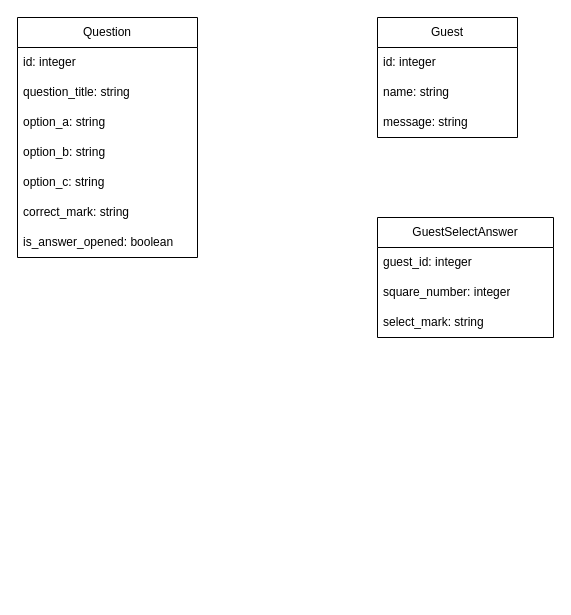
The draw.io diagram page "ページ1のコピー" (2 of 3) of BingoQuiz.drawio in tomoya092013/BingoQuiz, before the edit. Source tidied: cells renumbered, new cells numbered last; positions are measured from the earlier drawing's top-left corner, leaving out a move shared by most shapes. Both pictures are drawn from the tidied source at 100%, with x=0, y=0 at pixel (17, 17).
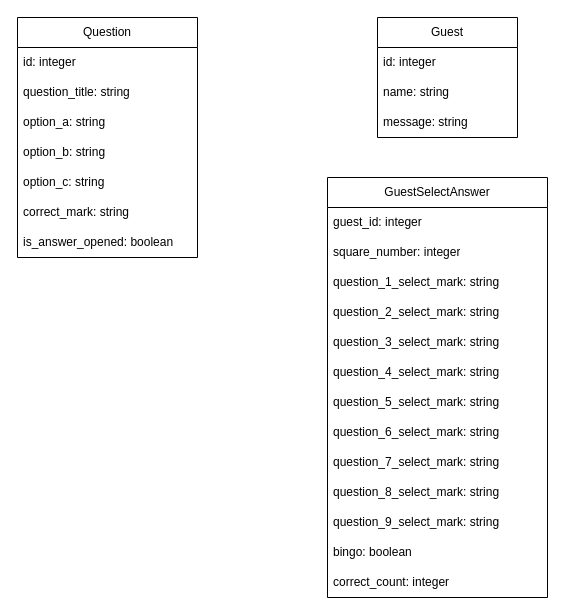
After the change.

What changed in the source:
```diff
@@
     <mxCell id="14" value="GuestSelectAnswer" style="swimlane;fontStyle=0;horizontal=1;startSize=30;whiteSpace=wrap;html=1;" parent="1" vertex="1">
-      <mxGeometry x="360" y="200" width="176" height="120" as="geometry" />
+      <mxGeometry x="310" y="160" width="220" height="420" as="geometry" />
     </mxCell>
     <mxCell id="15" value="guest_id: integer" style="text;strokeColor=none;fillColor=none;align=left;verticalAlign=middle;spacingLeft=4;spacingRight=4;overflow=hidden;whiteSpace=wrap;html=1;" parent="14" vertex="1">
-      <mxGeometry y="30" width="176" height="30" as="geometry" />
+      <mxGeometry y="30" width="220" height="30" as="geometry" />
     </mxCell>
     <mxCell id="16" value="square_number: integer" style="text;strokeColor=none;fillColor=none;align=left;verticalAlign=middle;spacingLeft=4;spacingRight=4;overflow=hidden;whiteSpace=wrap;html=1;" parent="14" vertex="1">
-      <mxGeometry y="60" width="176" height="30" as="geometry" />
+      <mxGeometry y="60" width="220" height="30" as="geometry" />
     </mxCell>
-    <mxCell id="17" value="select_mark: string" style="text;strokeColor=none;fillColor=none;align=left;verticalAlign=middle;spacingLeft=4;spacingRight=4;overflow=hidden;whiteSpace=wrap;html=1;" parent="14" vertex="1">
-      <mxGeometry y="90" width="176" height="30" as="geometry" />
-    </mxCell>
+    <mxCell id="18" value="question_1_select_mark: string" style="text;strokeColor=none;fillColor=none;align=left;verticalAlign=middle;spacingLeft=4;spacingRight=4;overflow=hidden;whiteSpace=wrap;html=1;" parent="14" vertex="1">
+      <mxGeometry y="90" width="220" height="30" as="geometry" />
+    </mxCell>
+    <mxCell id="19" value="question_2_select_mark: string" style="text;strokeColor=none;fillColor=none;align=left;verticalAlign=middle;spacingLeft=4;spacingRight=4;overflow=hidden;whiteSpace=wrap;html=1;" parent="14" vertex="1">
+      <mxGeometry y="120" width="220" height="30" as="geometry" />
+    </mxCell>
+    <mxCell id="20" value="question_3_select_mark: string" style="text;strokeColor=none;fillColor=none;align=left;verticalAlign=middle;spacingLeft=4;spacingRight=4;overflow=hidden;whiteSpace=wrap;html=1;" parent="14" vertex="1">
+      <mxGeometry y="150" width="220" height="30" as="geometry" />
+    </mxCell>
+    <mxCell id="21" value="question_4_select_mark: string" style="text;strokeColor=none;fillColor=none;align=left;verticalAlign=middle;spacingLeft=4;spacingRight=4;overflow=hidden;whiteSpace=wrap;html=1;" parent="14" vertex="1">
+      <mxGeometry y="180" width="220" height="30" as="geometry" />
+    </mxCell>
+    <mxCell id="22" value="question_5_select_mark: string" style="text;strokeColor=none;fillColor=none;align=left;verticalAlign=middle;spacingLeft=4;spacingRight=4;overflow=hidden;whiteSpace=wrap;html=1;" parent="14" vertex="1">
+      <mxGeometry y="210" width="220" height="30" as="geometry" />
+    </mxCell>
+    <mxCell id="23" value="question_6_select_mark: string" style="text;strokeColor=none;fillColor=none;align=left;verticalAlign=middle;spacingLeft=4;spacingRight=4;overflow=hidden;whiteSpace=wrap;html=1;" parent="14" vertex="1">
+      <mxGeometry y="240" width="220" height="30" as="geometry" />
+    </mxCell>
+    <mxCell id="24" value="question_7_select_mark: string" style="text;strokeColor=none;fillColor=none;align=left;verticalAlign=middle;spacingLeft=4;spacingRight=4;overflow=hidden;whiteSpace=wrap;html=1;" parent="14" vertex="1">
+      <mxGeometry y="270" width="220" height="30" as="geometry" />
+    </mxCell>
+    <mxCell id="25" value="question_8_select_mark: string" style="text;strokeColor=none;fillColor=none;align=left;verticalAlign=middle;spacingLeft=4;spacingRight=4;overflow=hidden;whiteSpace=wrap;html=1;" parent="14" vertex="1">
+      <mxGeometry y="300" width="220" height="30" as="geometry" />
+    </mxCell>
+    <mxCell id="26" value="question_9_select_mark: string" style="text;strokeColor=none;fillColor=none;align=left;verticalAlign=middle;spacingLeft=4;spacingRight=4;overflow=hidden;whiteSpace=wrap;html=1;" parent="14" vertex="1">
+      <mxGeometry y="330" width="220" height="30" as="geometry" />
+    </mxCell>
+    <mxCell id="27" value="bingo: boolean" style="text;strokeColor=none;fillColor=none;align=left;verticalAlign=middle;spacingLeft=4;spacingRight=4;overflow=hidden;whiteSpace=wrap;html=1;" parent="14" vertex="1">
+      <mxGeometry y="360" width="220" height="30" as="geometry" />
+    </mxCell>
+    <mxCell id="28" value="correct_count: integer&amp;nbsp;" style="text;strokeColor=none;fillColor=none;align=left;verticalAlign=middle;spacingLeft=4;spacingRight=4;overflow=hidden;whiteSpace=wrap;html=1;" parent="14" vertex="1">
+      <mxGeometry y="390" width="220" height="30" as="geometry" />
+    </mxCell>
```
